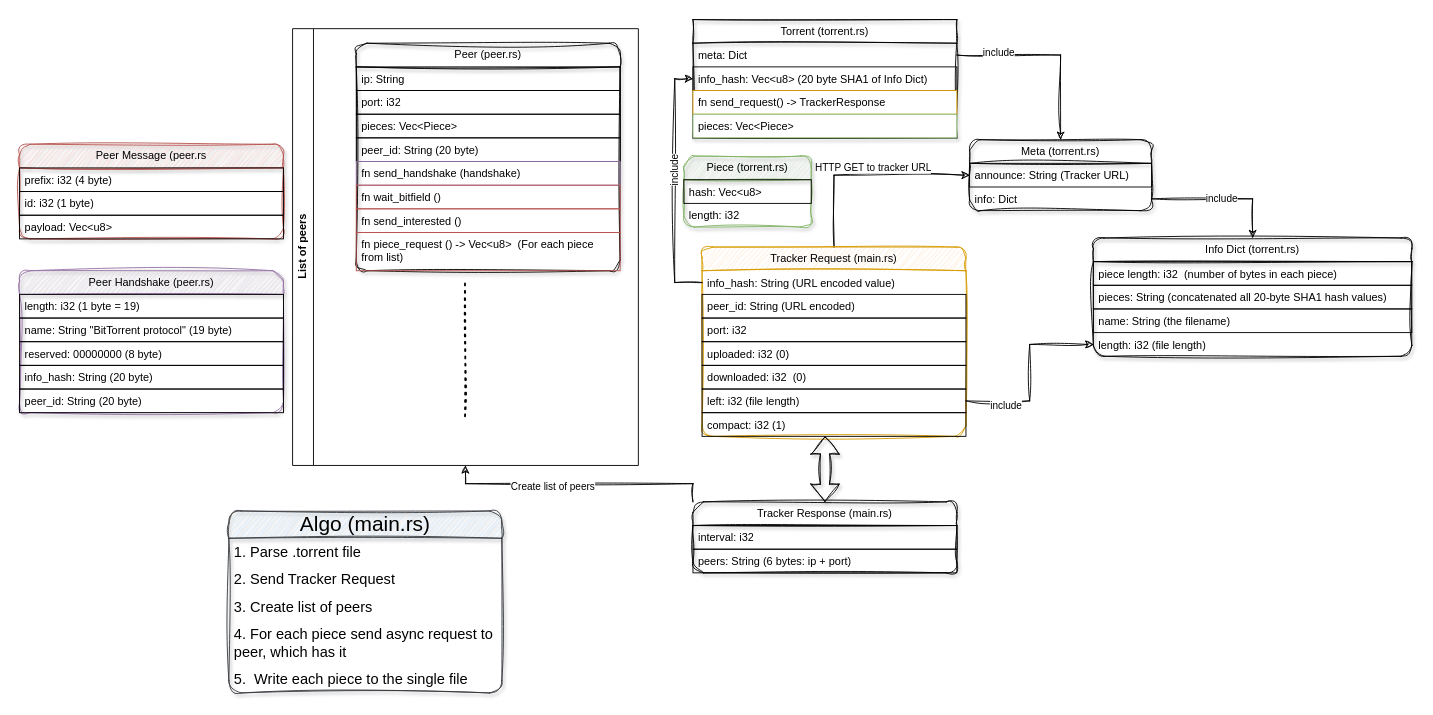
Earlier version of the draw.io diagram BitTorrent.drawio (dimerz-tech/draw.io). Source tidied: cells renumbered, new cells numbered last; positions are measured from the earlier drawing's top-left corner, leaving out a move shared by most shapes. Both pictures are drawn from the tidied source at 91%, with x=0, y=0 at pixel (19, 19).
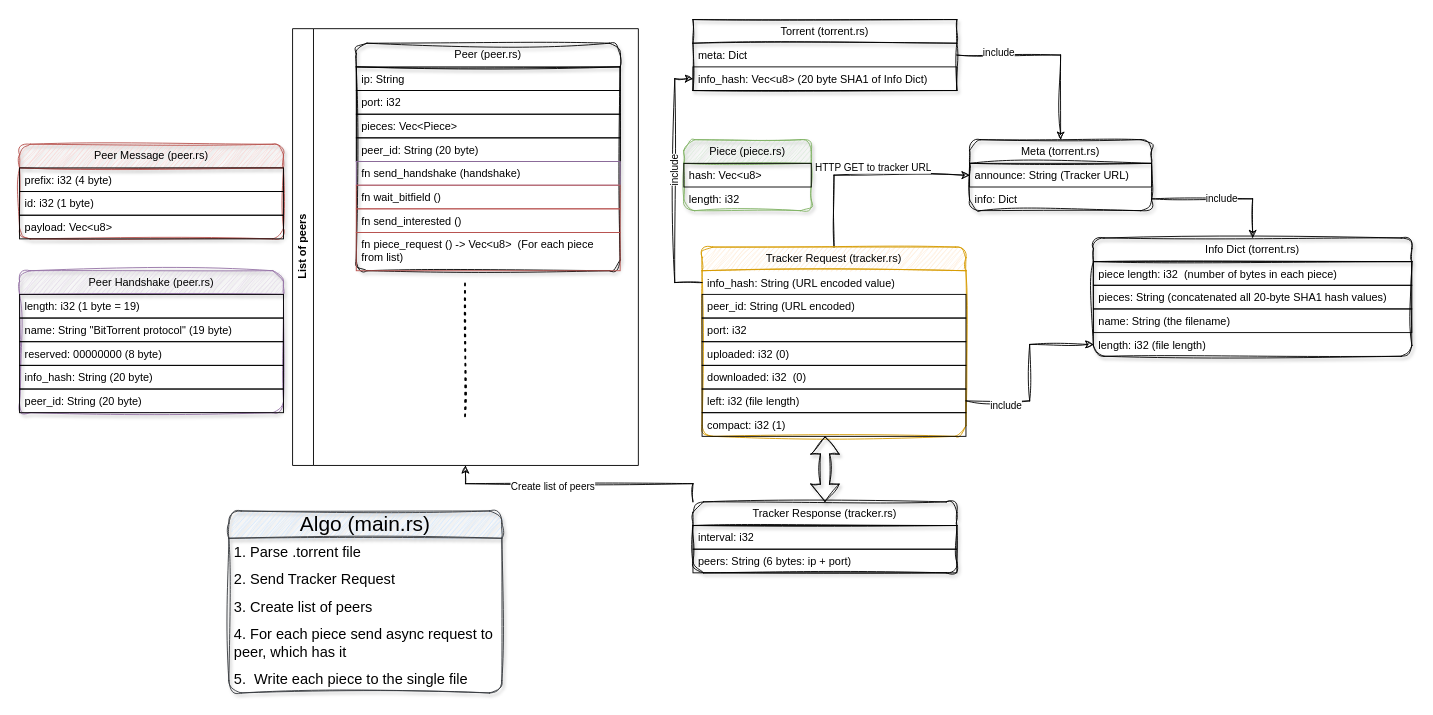
Above is the later version.

The edit, as a diff of the source:
```diff
@@
-    <mxCell id="11" value="Piece (torrent.rs)" style="swimlane;fontStyle=0;horizontal=1;startSize=26;fillColor=#d5e8d4;whiteSpace=wrap;html=1;sketch=1;curveFitting=1;jiggle=2;rounded=1;shadow=1;strokeColor=#82b366;" parent="1" vertex="1">
-      <mxGeometry x="730" y="150" width="140" height="78" as="geometry" />
+    <mxCell id="11" value="Piece (piece.rs)" style="swimlane;fontStyle=0;horizontal=1;startSize=26;fillColor=#d5e8d4;whiteSpace=wrap;html=1;sketch=1;curveFitting=1;jiggle=2;rounded=1;shadow=1;strokeColor=#82b366;" parent="1" vertex="1">
+      <mxGeometry x="730" y="132" width="140" height="78" as="geometry" />
     </mxCell>
@@
     <mxCell id="14" value="Torrent (torrent.rs)" style="swimlane;fontStyle=0;horizontal=1;startSize=26;fillColor=none;whiteSpace=wrap;html=1;sketch=1;curveFitting=1;jiggle=2;shadow=1;" parent="1" vertex="1">
-      <mxGeometry x="740" width="290" height="130" as="geometry" />
+      <mxGeometry x="740" width="290" height="78" as="geometry" />
     </mxCell>
@@
-    <mxCell id="17" value="fn send_request() -&amp;gt; TrackerResponse" style="text;strokeColor=#d79b00;fillColor=default;align=left;verticalAlign=top;spacingLeft=4;spacingRight=4;overflow=hidden;whiteSpace=wrap;html=1;" parent="14" vertex="1">
-      <mxGeometry y="78" width="290" height="26" as="geometry" />
-    </mxCell>
-    <mxCell id="18" value="pieces: Vec&amp;lt;Piece&amp;gt;" style="text;strokeColor=#82b366;fillColor=default;align=left;verticalAlign=top;spacingLeft=4;spacingRight=4;overflow=hidden;whiteSpace=wrap;html=1;" parent="14" vertex="1">
-      <mxGeometry y="104" width="290" height="26" as="geometry" />
-    </mxCell>
@@
-    <mxCell id="23" value="Tracker Request (main.rs)" style="swimlane;fontStyle=0;horizontal=1;startSize=26;fillColor=#ffe6cc;whiteSpace=wrap;html=1;sketch=1;curveFitting=1;jiggle=2;rounded=1;strokeColor=#d79b00;" parent="1" vertex="1">
+    <mxCell id="23" value="Tracker Request (tracker.rs)" style="swimlane;fontStyle=0;horizontal=1;startSize=26;fillColor=#ffe6cc;whiteSpace=wrap;html=1;sketch=1;curveFitting=1;jiggle=2;rounded=1;strokeColor=#d79b00;" parent="1" vertex="1">
       <mxGeometry x="750" y="250" width="290" height="208" as="geometry" />
     </mxCell>
@@
-    <mxCell id="37" value="Tracker Response (main.rs)" style="swimlane;fontStyle=0;horizontal=1;startSize=26;whiteSpace=wrap;html=1;sketch=1;curveFitting=1;jiggle=2;rounded=1;shadow=1;fillColor=none;" parent="1" vertex="1">
+    <mxCell id="37" value="Tracker Response (tracker.rs)" style="swimlane;fontStyle=0;horizontal=1;startSize=26;whiteSpace=wrap;html=1;sketch=1;curveFitting=1;jiggle=2;rounded=1;shadow=1;fillColor=none;" parent="1" vertex="1">
       <mxGeometry x="740" y="530" width="290" height="78" as="geometry" />
     </mxCell>
@@
-    <mxCell id="58" value="Peer Message (peer.rs" style="swimlane;fontStyle=0;horizontal=1;startSize=26;whiteSpace=wrap;html=1;sketch=1;curveFitting=1;jiggle=2;rounded=1;shadow=1;fillColor=#f8cecc;strokeColor=#b85450;" parent="1" vertex="1">
+    <mxCell id="58" value="Peer Message (peer.rs)" style="swimlane;fontStyle=0;horizontal=1;startSize=26;whiteSpace=wrap;html=1;sketch=1;curveFitting=1;jiggle=2;rounded=1;shadow=1;fillColor=#f8cecc;strokeColor=#b85450;" parent="1" vertex="1">
       <mxGeometry y="137" width="290" height="104" as="geometry" />
     </mxCell>
```
